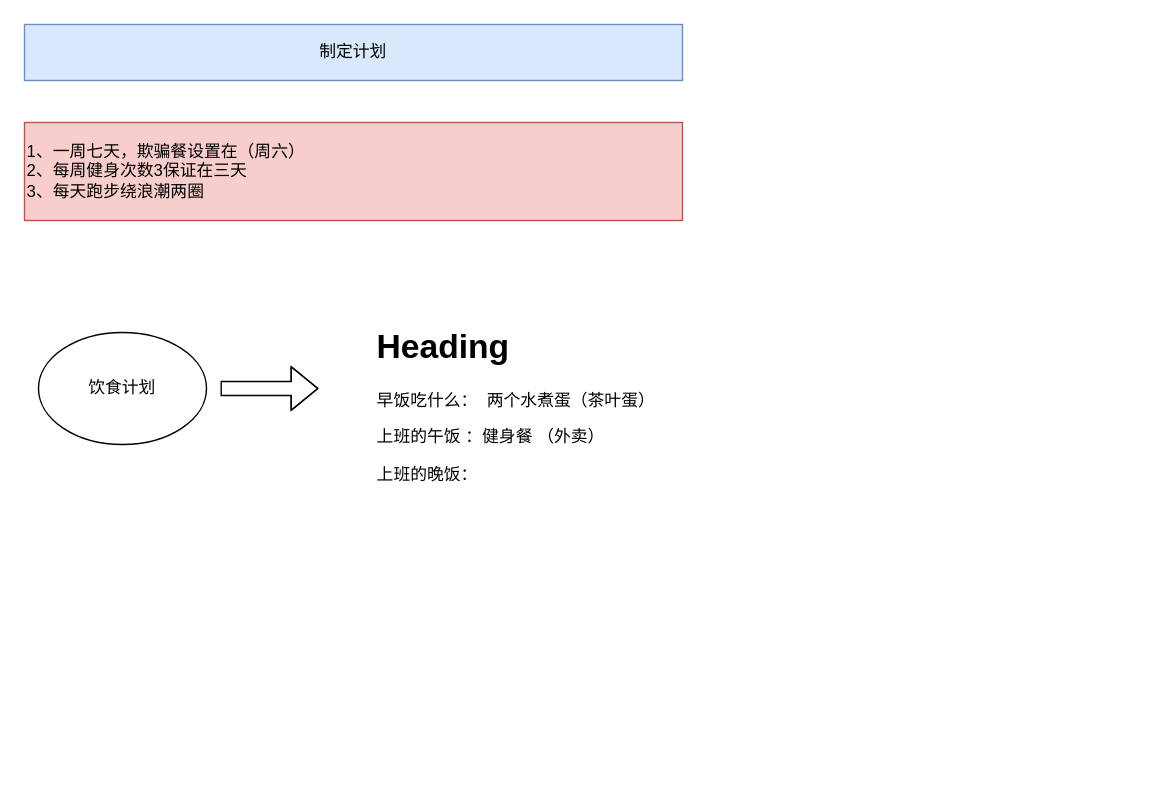
The draw.io diagram 关于健身这件事.drawio in w1041660542/draw.io, before the edit. Source tidied: cells renumbered, new cells numbered last; positions are measured from the earlier drawing's top-left corner, leaving out a move shared by most shapes. Both pictures are drawn from the tidied source at 140%, with x=0, y=0 at pixel (24, 24).
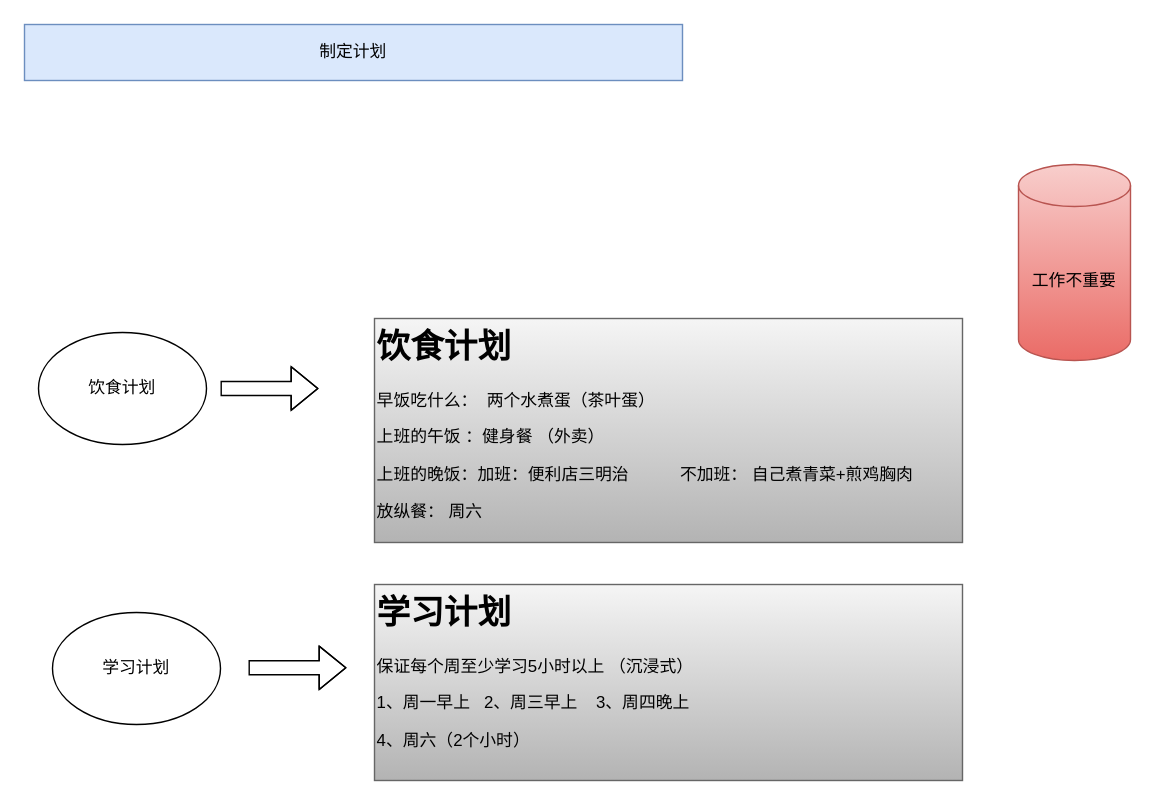
After the change.

Commit message:
更新制定这件事.drawio

Change to the diagram source:
```diff
@@
 <mxGraphModel>
   <root>
     <mxCell id="0" />
     <mxCell id="1" parent="0" />
     <mxCell id="2" value="制定计划" style="rounded=0;whiteSpace=wrap;html=1;fillColor=#dae8fc;strokeColor=#6c8ebf;" parent="1" vertex="1">
       <mxGeometry width="470" height="40" as="geometry" />
     </mxCell>
-    <mxCell id="3" value="1、一周七天，欺骗餐设置在（周六）&lt;div&gt;2、每周健身次数3保证在三天&lt;/div&gt;&lt;div&gt;3、每天跑步绕浪潮两圈&lt;/div&gt;" style="rounded=0;whiteSpace=wrap;html=1;align=left;fillColor=#f8cecc;strokeColor=#b85450;" parent="1" vertex="1">
-      <mxGeometry y="70" width="470" height="70" as="geometry" />
-    </mxCell>
     <mxCell id="4" value="饮食计划" style="ellipse;whiteSpace=wrap;html=1;" parent="1" vertex="1">
       <mxGeometry x="10" y="220" width="120" height="80" as="geometry" />
     </mxCell>
     <mxCell id="5" style="shape=flexArrow;endArrow=classic;html=1;rounded=0;" parent="1" edge="1">
       <mxGeometry relative="1" as="geometry">
         <mxPoint x="140" y="260" as="sourcePoint" />
         <mxPoint x="210" y="260" as="targetPoint" />
         <Array as="points">
           <mxPoint x="160" y="260" />
         </Array>
       </mxGeometry>
     </mxCell>
-    <mxCell id="6" value="&lt;h1 style=&quot;margin-top: 0px;&quot;&gt;Heading&lt;/h1&gt;&lt;p&gt;早饭吃什么：&amp;nbsp; 两个水煮蛋（茶叶蛋）&lt;/p&gt;&lt;p&gt;上班的午饭 ：健身餐 （外卖）&lt;/p&gt;&lt;p&gt;上班的晚饭：&lt;/p&gt;" style="text;html=1;whiteSpace=wrap;overflow=hidden;rounded=0;" parent="1" vertex="1">
-      <mxGeometry x="250" y="210" width="420" height="130" as="geometry" />
+    <mxCell id="6" value="&lt;h1 style=&quot;margin-top: 0px;&quot;&gt;饮食计划&lt;/h1&gt;&lt;p&gt;早饭吃什么：&amp;nbsp; 两个水煮蛋（茶叶蛋）&lt;/p&gt;&lt;p&gt;上班的午饭 ：健身餐 （外卖）&lt;/p&gt;&lt;p&gt;上班的晚饭：加班：便利店三明治&amp;nbsp; &amp;nbsp; &amp;nbsp; &amp;nbsp; &amp;nbsp; &amp;nbsp;不加班： 自己煮青菜+煎鸡胸肉&lt;/p&gt;&lt;p&gt;&lt;span style=&quot;background-color: initial;&quot;&gt;放纵餐： 周六&amp;nbsp;&lt;/span&gt;&lt;/p&gt;&lt;p&gt;&lt;span style=&quot;background-color: initial;&quot;&gt;&amp;nbsp;&lt;/span&gt;&lt;br&gt;&lt;/p&gt;" style="text;html=1;whiteSpace=wrap;overflow=hidden;rounded=0;fillColor=#f5f5f5;gradientColor=#b3b3b3;strokeColor=#666666;" parent="1" vertex="1">
+      <mxGeometry x="250" y="210" width="420" height="160" as="geometry" />
     </mxCell>
+    <mxCell id="7" value="学习计划" style="ellipse;whiteSpace=wrap;html=1;" parent="1" vertex="1">
+      <mxGeometry x="20" y="420" width="120" height="80" as="geometry" />
+    </mxCell>
+    <mxCell id="8" style="shape=flexArrow;endArrow=classic;html=1;rounded=0;" parent="1" edge="1">
+      <mxGeometry relative="1" as="geometry">
+        <mxPoint x="160" y="459.5" as="sourcePoint" />
+        <mxPoint x="230" y="459.5" as="targetPoint" />
+        <Array as="points">
+          <mxPoint x="180" y="459.5" />
+        </Array>
+      </mxGeometry>
+    </mxCell>
+    <mxCell id="9" value="&lt;h1 style=&quot;margin-top: 0px;&quot;&gt;学习计划&lt;/h1&gt;&lt;p&gt;保证每个周至少学习5小时以上 （沉浸式）&lt;/p&gt;&lt;p&gt;1、周一早上&amp;nbsp; &amp;nbsp;2、周三早上&amp;nbsp; &amp;nbsp; 3、周四晚上&amp;nbsp;&amp;nbsp;&lt;/p&gt;&lt;p&gt;4、周六（2个小时）&lt;/p&gt;&lt;p&gt;&lt;br&gt;&lt;/p&gt;&lt;p&gt;&lt;br&gt;&lt;/p&gt;&lt;p&gt;&lt;br&gt;&lt;/p&gt;" style="text;html=1;whiteSpace=wrap;overflow=hidden;rounded=0;fillColor=#f5f5f5;gradientColor=#b3b3b3;strokeColor=#666666;" parent="1" vertex="1">
+      <mxGeometry x="250" y="400" width="420" height="140" as="geometry" />
+    </mxCell>
+    <mxCell id="10" value="工作不重要" style="shape=cylinder3;whiteSpace=wrap;html=1;boundedLbl=1;backgroundOutline=1;size=15;fillColor=#f8cecc;gradientColor=#ea6b66;strokeColor=#b85450;" parent="1" vertex="1">
+      <mxGeometry x="710" y="100" width="80" height="140" as="geometry" />
+    </mxCell>
   </root>
 </mxGraphModel>
```
